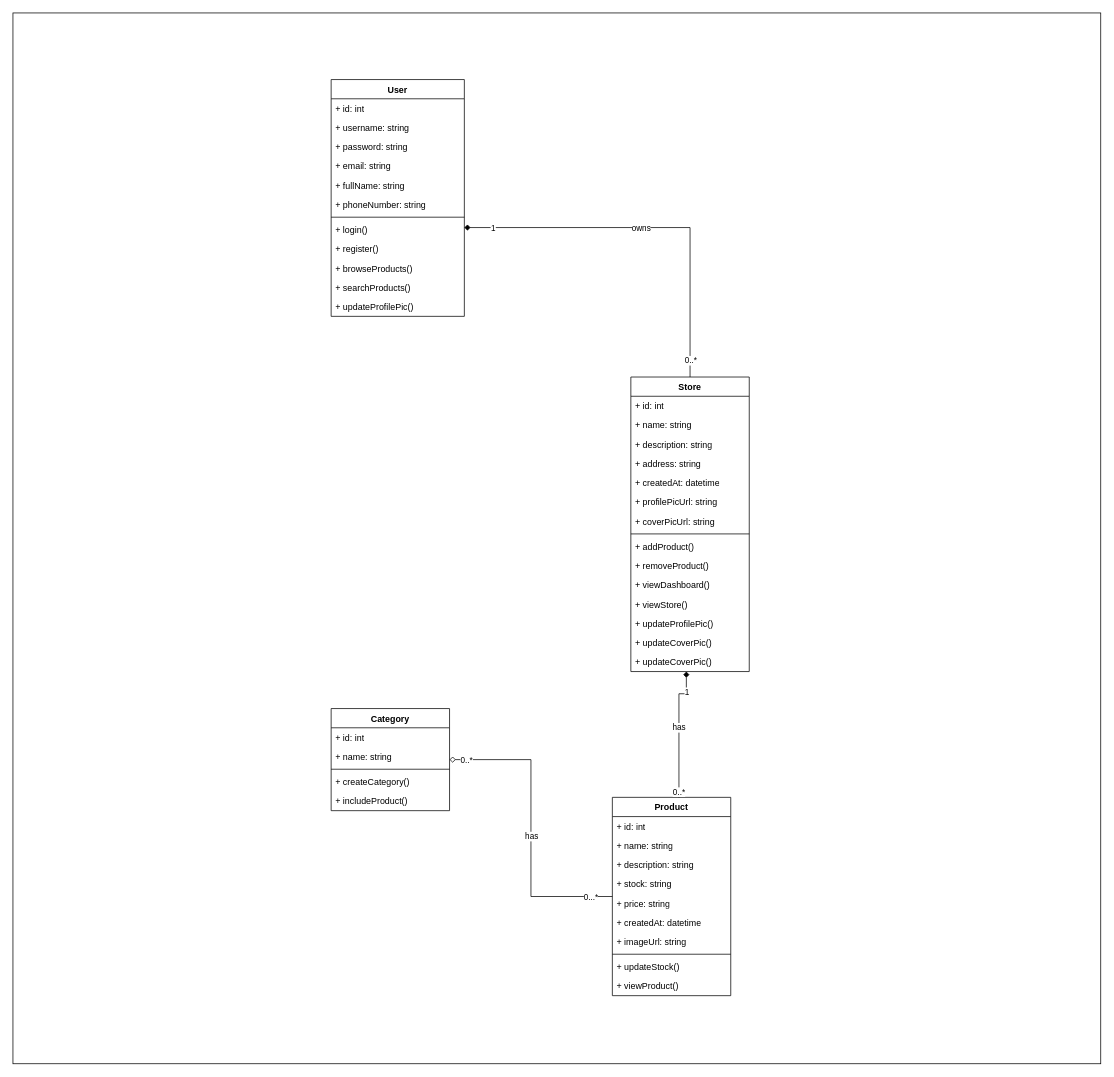
Earlier version of the draw.io diagram page "Class Diagram (Store)" (4 of 4) of E-Commerce API Use-case diagram.drawio (RHILIUS/drawio). Source tidied: cells renumbered, new cells numbered last; positions are measured from the earlier drawing's top-left corner, leaving out a move shared by most shapes. Both pictures are drawn from the tidied source at 74%, with x=0, y=0 at pixel (13, 13).
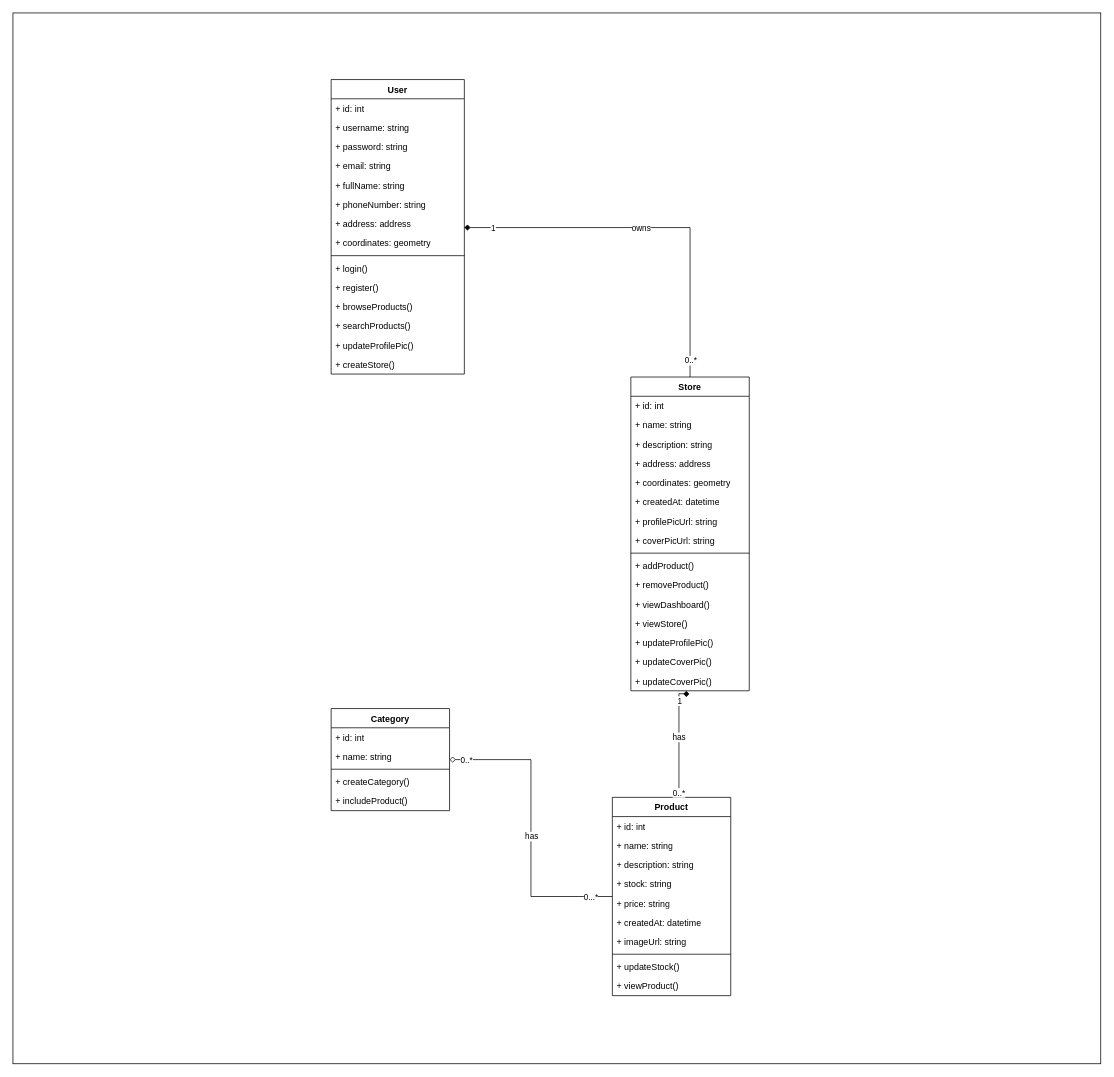
Above is the later version.

What changed in the source:
```diff
@@
     <mxCell id="3" value="Store" style="swimlane;fontStyle=1;align=center;verticalAlign=top;horizontal=1;startSize=26;whiteSpace=wrap;html=1;" parent="1" vertex="1">
-      <mxGeometry x="835" y="492" width="160" height="398" as="geometry" />
+      <mxGeometry x="835" y="492" width="160" height="424" as="geometry" />
     </mxCell>
@@
-    <mxCell id="7" value="+ address: string" style="text;strokeColor=none;fillColor=none;align=left;verticalAlign=top;spacingLeft=4;spacingRight=4;overflow=hidden;whiteSpace=wrap;html=1;" parent="3" vertex="1">
+    <mxCell id="7" value="+ address: address" style="text;strokeColor=none;fillColor=none;align=left;verticalAlign=top;spacingLeft=4;spacingRight=4;overflow=hidden;whiteSpace=wrap;html=1;" parent="3" vertex="1">
       <mxGeometry y="104" width="160" height="26" as="geometry" />
     </mxCell>
+    <mxCell id="61" value="+ coordinates: geometry" style="text;strokeColor=none;fillColor=none;align=left;verticalAlign=top;spacingLeft=4;spacingRight=4;overflow=hidden;whiteSpace=wrap;html=1;" parent="3" vertex="1">
+      <mxGeometry y="130" width="160" height="26" as="geometry" />
+    </mxCell>
     <mxCell id="8" value="+ createdAt: datetime" style="text;strokeColor=none;fillColor=none;align=left;verticalAlign=top;spacingLeft=4;spacingRight=4;overflow=hidden;whiteSpace=wrap;html=1;" parent="3" vertex="1">
-      <mxGeometry y="130" width="160" height="26" as="geometry" />
+      <mxGeometry y="156" width="160" height="26" as="geometry" />
     </mxCell>
     <mxCell id="9" value="+ profilePicUrl: string" style="text;strokeColor=none;fillColor=none;align=left;verticalAlign=top;spacingLeft=4;spacingRight=4;overflow=hidden;whiteSpace=wrap;html=1;" parent="3" vertex="1">
-      <mxGeometry y="156" width="160" height="26" as="geometry" />
+      <mxGeometry y="182" width="160" height="26" as="geometry" />
     </mxCell>
     <mxCell id="10" value="+ coverPicUrl: string" style="text;strokeColor=none;fillColor=none;align=left;verticalAlign=top;spacingLeft=4;spacingRight=4;overflow=hidden;whiteSpace=wrap;html=1;" parent="3" vertex="1">
-      <mxGeometry y="182" width="160" height="26" as="geometry" />
+      <mxGeometry y="208" width="160" height="26" as="geometry" />
     </mxCell>
     <mxCell id="11" style="line;strokeWidth=1;fillColor=none;align=left;verticalAlign=middle;spacingTop=-1;spacingLeft=3;spacingRight=3;labelPosition=right;strokeColor=inherit;" parent="3" vertex="1">
-      <mxGeometry y="208" width="160" height="8" as="geometry" />
+      <mxGeometry y="234" width="160" height="8" as="geometry" />
     </mxCell>
     <mxCell id="12" value="+ addProduct()" style="text;strokeColor=none;fillColor=none;align=left;verticalAlign=top;spacingLeft=4;spacingRight=4;overflow=hidden;whiteSpace=wrap;html=1;" parent="3" vertex="1">
-      <mxGeometry y="216" width="160" height="26" as="geometry" />
+      <mxGeometry y="242" width="160" height="26" as="geometry" />
     </mxCell>
     <mxCell id="13" value="+ removeProduct()" style="text;strokeColor=none;fillColor=none;align=left;verticalAlign=top;spacingLeft=4;spacingRight=4;overflow=hidden;whiteSpace=wrap;html=1;" parent="3" vertex="1">
-      <mxGeometry y="242" width="160" height="26" as="geometry" />
+      <mxGeometry y="268" width="160" height="26" as="geometry" />
     </mxCell>
     <mxCell id="14" value="+ viewDashboard()" style="text;strokeColor=none;fillColor=none;align=left;verticalAlign=top;spacingLeft=4;spacingRight=4;overflow=hidden;whiteSpace=wrap;html=1;" parent="3" vertex="1">
-      <mxGeometry y="268" width="160" height="26" as="geometry" />
+      <mxGeometry y="294" width="160" height="26" as="geometry" />
     </mxCell>
     <mxCell id="15" value="+ viewStore()" style="text;strokeColor=none;fillColor=none;align=left;verticalAlign=top;spacingLeft=4;spacingRight=4;overflow=hidden;whiteSpace=wrap;html=1;" parent="3" vertex="1">
-      <mxGeometry y="294" width="160" height="26" as="geometry" />
+      <mxGeometry y="320" width="160" height="26" as="geometry" />
     </mxCell>
     <mxCell id="16" value="+ updateProfilePic()" style="text;strokeColor=none;fillColor=none;align=left;verticalAlign=top;spacingLeft=4;spacingRight=4;overflow=hidden;whiteSpace=wrap;html=1;" parent="3" vertex="1">
-      <mxGeometry y="320" width="160" height="26" as="geometry" />
+      <mxGeometry y="346" width="160" height="26" as="geometry" />
     </mxCell>
     <mxCell id="17" value="+ updateCoverPic()" style="text;strokeColor=none;fillColor=none;align=left;verticalAlign=top;spacingLeft=4;spacingRight=4;overflow=hidden;whiteSpace=wrap;html=1;" parent="3" vertex="1">
-      <mxGeometry y="346" width="160" height="26" as="geometry" />
+      <mxGeometry y="372" width="160" height="26" as="geometry" />
     </mxCell>
     <mxCell id="18" value="+ updateCoverPic()" style="text;strokeColor=none;fillColor=none;align=left;verticalAlign=top;spacingLeft=4;spacingRight=4;overflow=hidden;whiteSpace=wrap;html=1;" parent="3" vertex="1">
-      <mxGeometry y="372" width="160" height="26" as="geometry" />
+      <mxGeometry y="398" width="160" height="26" as="geometry" />
     </mxCell>
@@
     <mxCell id="38" value="User" style="swimlane;fontStyle=1;align=center;verticalAlign=top;horizontal=1;startSize=26;whiteSpace=wrap;html=1;" parent="1" vertex="1">
-      <mxGeometry x="430" y="90" width="180" height="320" as="geometry" />
+      <mxGeometry x="430" y="90" width="180" height="398" as="geometry" />
     </mxCell>
@@
+    <mxCell id="62" value="+ address: address" style="text;strokeColor=none;fillColor=none;align=left;verticalAlign=top;spacingLeft=4;spacingRight=4;overflow=hidden;whiteSpace=wrap;html=1;" parent="38" vertex="1">
+      <mxGeometry y="182" width="180" height="26" as="geometry" />
+    </mxCell>
+    <mxCell id="63" value="+ coordinates: geometry" style="text;strokeColor=none;fillColor=none;align=left;verticalAlign=top;spacingLeft=4;spacingRight=4;overflow=hidden;whiteSpace=wrap;html=1;" parent="38" vertex="1">
+      <mxGeometry y="208" width="180" height="26" as="geometry" />
+    </mxCell>
     <mxCell id="45" style="line;strokeWidth=1;fillColor=none;align=left;verticalAlign=middle;spacingTop=-1;spacingLeft=3;spacingRight=3;labelPosition=right;strokeColor=inherit;" parent="38" vertex="1">
-      <mxGeometry y="182" width="180" height="8" as="geometry" />
+      <mxGeometry y="234" width="180" height="8" as="geometry" />
     </mxCell>
     <mxCell id="46" value="+ login()" style="text;strokeColor=none;fillColor=none;align=left;verticalAlign=top;spacingLeft=4;spacingRight=4;overflow=hidden;whiteSpace=wrap;html=1;" parent="38" vertex="1">
-      <mxGeometry y="190" width="180" height="26" as="geometry" />
+      <mxGeometry y="242" width="180" height="26" as="geometry" />
     </mxCell>
     <mxCell id="47" value="+ register()" style="text;strokeColor=none;fillColor=none;align=left;verticalAlign=top;spacingLeft=4;spacingRight=4;overflow=hidden;whiteSpace=wrap;html=1;" parent="38" vertex="1">
-      <mxGeometry y="216" width="180" height="26" as="geometry" />
+      <mxGeometry y="268" width="180" height="26" as="geometry" />
     </mxCell>
     <mxCell id="48" value="+ browseProducts()" style="text;strokeColor=none;fillColor=none;align=left;verticalAlign=top;spacingLeft=4;spacingRight=4;overflow=hidden;whiteSpace=wrap;html=1;" parent="38" vertex="1">
-      <mxGeometry y="242" width="180" height="26" as="geometry" />
+      <mxGeometry y="294" width="180" height="26" as="geometry" />
     </mxCell>
     <mxCell id="49" value="+ searchProducts()" style="text;strokeColor=none;fillColor=none;align=left;verticalAlign=top;spacingLeft=4;spacingRight=4;overflow=hidden;whiteSpace=wrap;html=1;" parent="38" vertex="1">
-      <mxGeometry y="268" width="180" height="26" as="geometry" />
+      <mxGeometry y="320" width="180" height="26" as="geometry" />
     </mxCell>
     <mxCell id="50" value="+ updateProfilePic()" style="text;strokeColor=none;fillColor=none;align=left;verticalAlign=top;spacingLeft=4;spacingRight=4;overflow=hidden;whiteSpace=wrap;html=1;" parent="38" vertex="1">
-      <mxGeometry y="294" width="180" height="26" as="geometry" />
+      <mxGeometry y="346" width="180" height="26" as="geometry" />
     </mxCell>
+    <mxCell id="64" value="+ createStore()" style="text;strokeColor=none;fillColor=none;align=left;verticalAlign=top;spacingLeft=4;spacingRight=4;overflow=hidden;whiteSpace=wrap;html=1;" parent="38" vertex="1">
+      <mxGeometry y="372" width="180" height="26" as="geometry" />
+    </mxCell>
```
